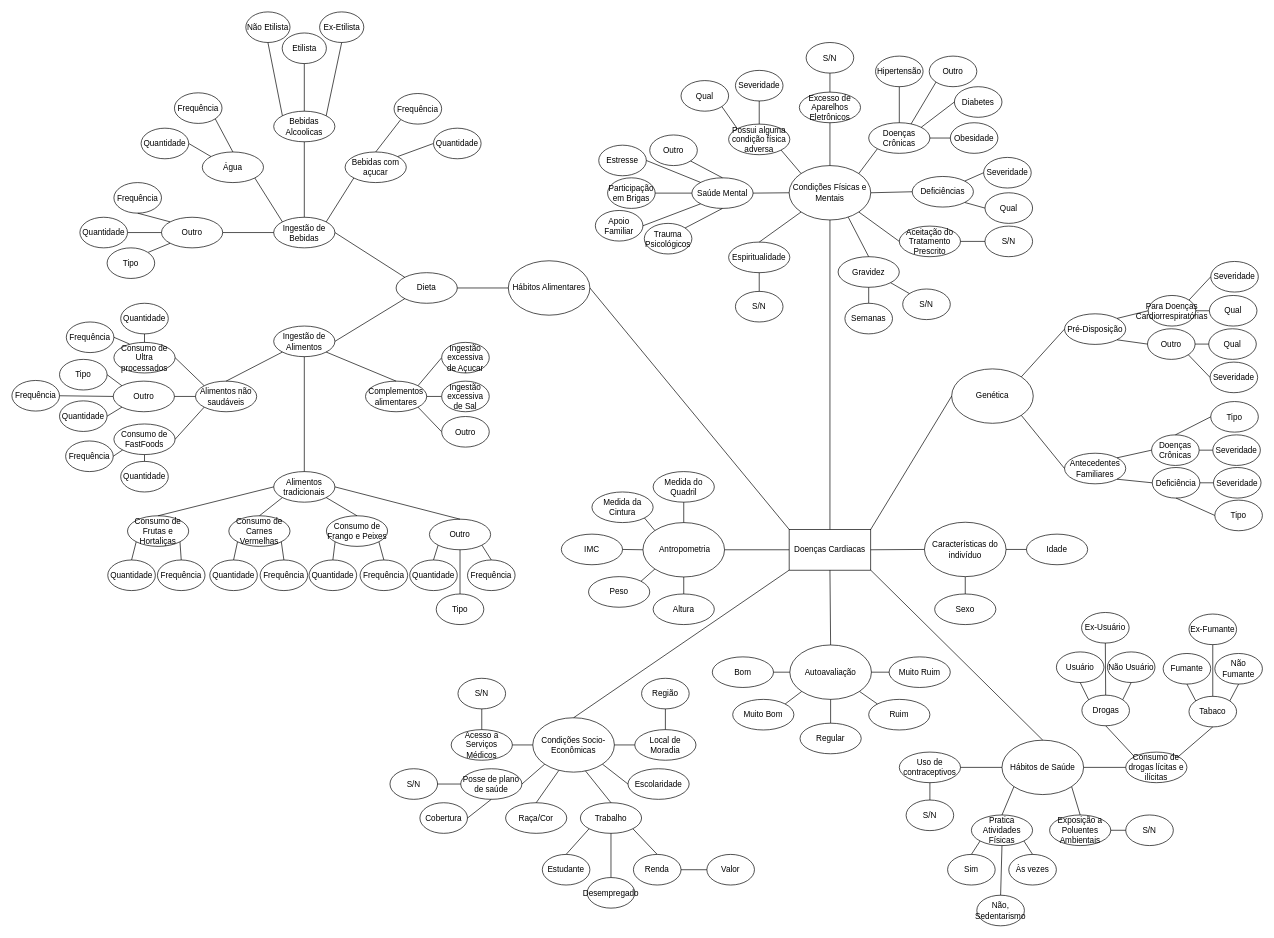
Before: Adicionais/Dominio.drawio in lay127/MD_DoencasCardiacas, a draw.io diagram. Source tidied: cells renumbered, new cells numbered last; positions are measured from the earlier drawing's top-left corner, leaving out a move shared by most shapes. Both pictures are drawn from the tidied source at 68%, with x=0, y=0 at pixel (12, 12).
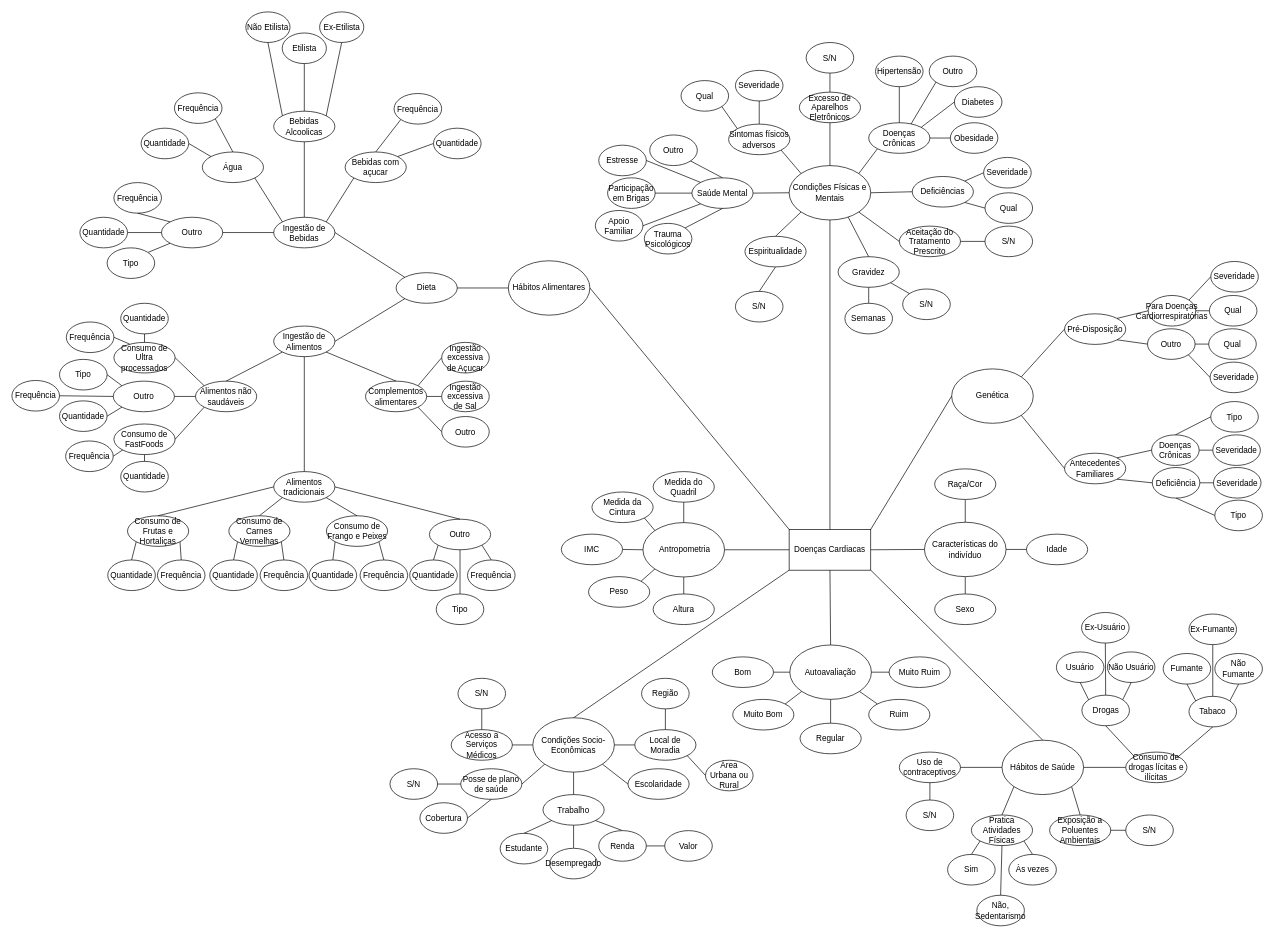
The same diagram, later.

Unchanged cells that the change refers to:
```xml
<mxCell id="17" value="Características do indivíduo" style="ellipse;whiteSpace=wrap;html=1;fontStyle=0;" parent="1" vertex="1">
  <mxGeometry x="1342" y="750.5" width="120" height="80" as="geometry" />
</mxCell>
<mxCell id="19" value="Condições Socio-Econômicas" style="ellipse;whiteSpace=wrap;html=1;fontStyle=0;" parent="1" vertex="1">
  <mxGeometry x="766" y="1038" width="120" height="80" as="geometry" />
</mxCell>
<mxCell id="32" value="Local de Moradia" style="ellipse;whiteSpace=wrap;html=1;fontStyle=0;" parent="1" vertex="1">
  <mxGeometry x="916" y="1055.5" width="90" height="45" as="geometry" />
</mxCell>
```

Change to the diagram source:
```diff
@@
-    <mxCell id="29" value="Raça/Cor" style="ellipse;whiteSpace=wrap;html=1;fontStyle=0;" parent="1" vertex="1">
-      <mxGeometry x="726" y="1163" width="90" height="45" as="geometry" />
-    </mxCell>
@@
     <mxCell id="31" value="Trabalho" style="ellipse;whiteSpace=wrap;html=1;fontStyle=0;" parent="1" vertex="1">
-      <mxGeometry x="836" y="1163" width="90" height="45" as="geometry" />
+      <mxGeometry x="781" y="1151" width="90" height="45" as="geometry" />
     </mxCell>
@@
     <mxCell id="63" value="Espiritualidade" style="ellipse;whiteSpace=wrap;html=1;fontStyle=0;" parent="1" vertex="1">
-      <mxGeometry x="1054" y="338.5" width="90" height="45" as="geometry" />
+      <mxGeometry x="1078" y="330" width="90" height="45" as="geometry" />
     </mxCell>
@@
-    <mxCell id="157" style="endArrow=none;html=1;rounded=0;entryX=0.319;entryY=0.969;entryDx=0;entryDy=0;entryPerimeter=0;exitX=0.5;exitY=0;exitDx=0;exitDy=0;" parent="1" edge="1" source="29" target="19">
+    <mxCell id="157" style="endArrow=none;html=1;rounded=0;entryX=0.5;entryY=1;entryDx=0;entryDy=0;exitX=0.5;exitY=0;exitDx=0;exitDy=0;" parent="1" edge="1" source="17" target="29">
       <mxGeometry relative="1" as="geometry" />
     </mxCell>
-    <mxCell id="158" style="endArrow=none;html=1;rounded=0;entryX=0.645;entryY=0.976;entryDx=0;entryDy=0;entryPerimeter=0;exitX=0.5;exitY=0;exitDx=0;exitDy=0;" parent="1" edge="1" source="31" target="19">
+    <mxCell id="158" style="endArrow=none;html=1;rounded=0;entryX=0.5;entryY=1;entryDx=0;entryDy=0;exitX=0.5;exitY=0;exitDx=0;exitDy=0;" parent="1" edge="1" source="31" target="19">
       <mxGeometry relative="1" as="geometry" />
     </mxCell>
@@
     <mxCell id="164" value="Estudante" style="ellipse;whiteSpace=wrap;html=1;fontStyle=0;" parent="1" vertex="1">
-      <mxGeometry x="780" y="1239" width="70" height="45" as="geometry" />
+      <mxGeometry x="718" y="1208" width="70" height="45" as="geometry" />
     </mxCell>
     <mxCell id="165" value="Desempregado" style="ellipse;whiteSpace=wrap;html=1;fontStyle=0;" parent="1" vertex="1">
-      <mxGeometry x="846" y="1273" width="70" height="45" as="geometry" />
+      <mxGeometry x="791" y="1230" width="70" height="45" as="geometry" />
     </mxCell>
     <mxCell id="166" value="Renda" style="ellipse;whiteSpace=wrap;html=1;fontStyle=0;" parent="1" vertex="1">
-      <mxGeometry x="914" y="1239" width="70" height="45" as="geometry" />
+      <mxGeometry x="863" y="1204" width="70" height="45" as="geometry" />
     </mxCell>
@@
-    <mxCell id="225" value="Possui alguma condição física adversa" style="ellipse;whiteSpace=wrap;html=1;fontStyle=0;" parent="1" vertex="1">
+    <mxCell id="225" value="&lt;span style=&quot;background-color: transparent; color: light-dark(rgb(0, 0, 0), rgb(255, 255, 255));&quot;&gt;Sintomas físicos adversos&lt;/span&gt;" style="ellipse;whiteSpace=wrap;html=1;fontStyle=0;" parent="1" vertex="1">
       <mxGeometry x="1054" y="165" width="90" height="45" as="geometry" />
     </mxCell>
@@
     <mxCell id="275" value="Valor" style="ellipse;whiteSpace=wrap;html=1;fontStyle=0;" parent="1" vertex="1">
-      <mxGeometry x="1022" y="1239" width="70" height="45" as="geometry" />
+      <mxGeometry x="960" y="1204" width="70" height="45" as="geometry" />
     </mxCell>
@@
+    <mxCell id="29" value="Raça/Cor" style="ellipse;whiteSpace=wrap;html=1;fontStyle=0;" parent="1" vertex="1">
+      <mxGeometry x="1357" y="672" width="90" height="45" as="geometry" />
+    </mxCell>
+    <mxCell id="277" value="Área Urbana ou Rural" style="ellipse;whiteSpace=wrap;html=1;fontStyle=0;" parent="1" vertex="1">
+      <mxGeometry x="1020" y="1100.5" width="70" height="45" as="geometry" />
+    </mxCell>
+    <mxCell id="278" style="endArrow=none;html=1;rounded=0;entryX=0;entryY=0.5;entryDx=0;entryDy=0;exitX=1;exitY=1;exitDx=0;exitDy=0;" parent="1" edge="1" source="32" target="277">
+      <mxGeometry relative="1" as="geometry" />
+    </mxCell>
```
